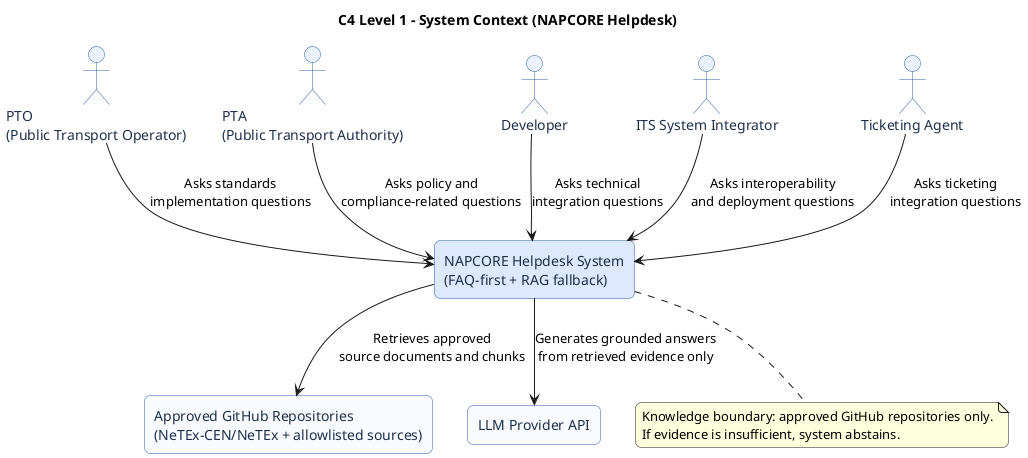
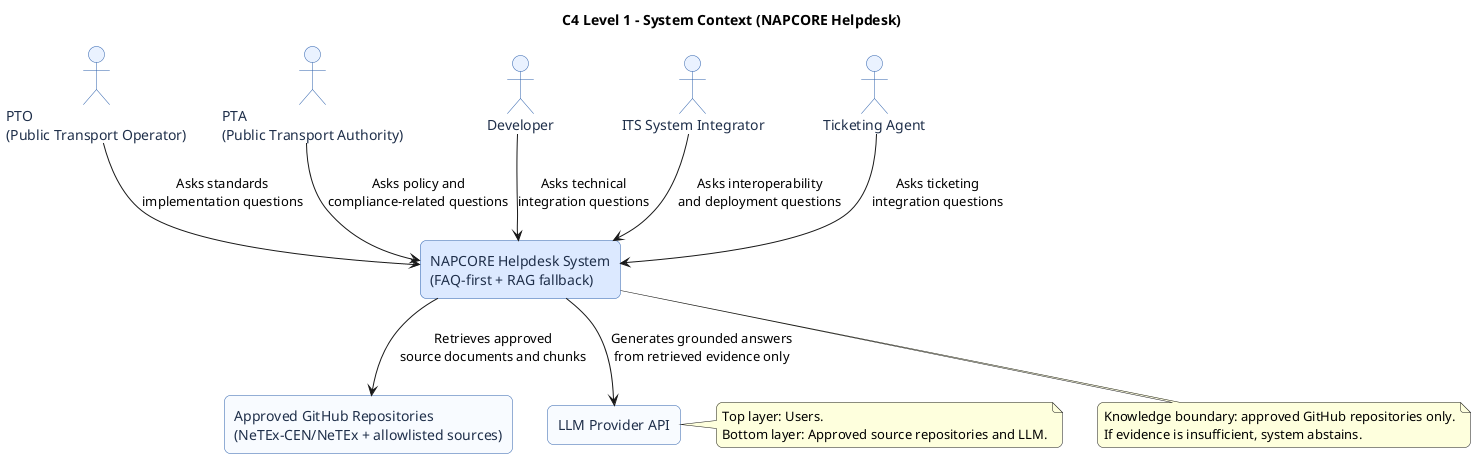
@startuml
title C4 Level 1 - System Context (NAPCORE Helpdesk)

skinparam shadowing false
skinparam roundcorner 12
skinparam rectangle {
  BorderColor #2B5FAB
  FontColor #1F2F4A
  BackgroundColor #F8FBFF
}
skinparam actor {
  BorderColor #2B5FAB
  FontColor #1F2F4A
  BackgroundColor #EAF2FF
}

actor "PTO\n(Public Transport Operator)" as PTO
actor "PTA\n(Public Transport Authority)" as PTA
actor "Developer" as DEV
actor "ITS System Integrator" as INTEGRATOR
actor "Ticketing Agent" as TICKET

rectangle "NAPCORE Helpdesk System\n(FAQ-first + RAG fallback)" as HELPDESK #DCE9FF
rectangle "Approved GitHub Repositories\n(NeTEx-CEN/NeTEx + allowlisted sources)" as GITHUB
rectangle "LLM Provider API" as LLM

PTO --> HELPDESK : Asks standards\nimplementation questions
PTA --> HELPDESK : Asks policy and\ncompliance-related questions
DEV --> HELPDESK : Asks technical\nintegration questions
INTEGRATOR --> HELPDESK : Asks interoperability\nand deployment questions
TICKET --> HELPDESK : Asks ticketing\nintegration questions

+ ' Top layer: actors arranged horizontally
+ PTO -[hidden]right-> PTA
+ PTA -[hidden]right-> DEV
+ DEV -[hidden]right-> INTEGRATOR
+ INTEGRATOR -[hidden]right-> TICKET
+ 
+ ' Bottom layer: external systems below helpdesk
+ HELPDESK -[hidden]down-> GITHUB
+ GITHUB -[hidden]right-> LLM
+ 
HELPDESK --> GITHUB : Retrieves approved\nsource documents and chunks
HELPDESK --> LLM : Generates grounded answers\nfrom retrieved evidence only

note bottom of HELPDESK
Knowledge boundary: approved GitHub repositories only.
If evidence is insufficient, system abstains.
end note

+ note right of LLM
+ Top layer: Users.
+ Bottom layer: Approved source repositories and LLM.
+ end note
+ 
@enduml
